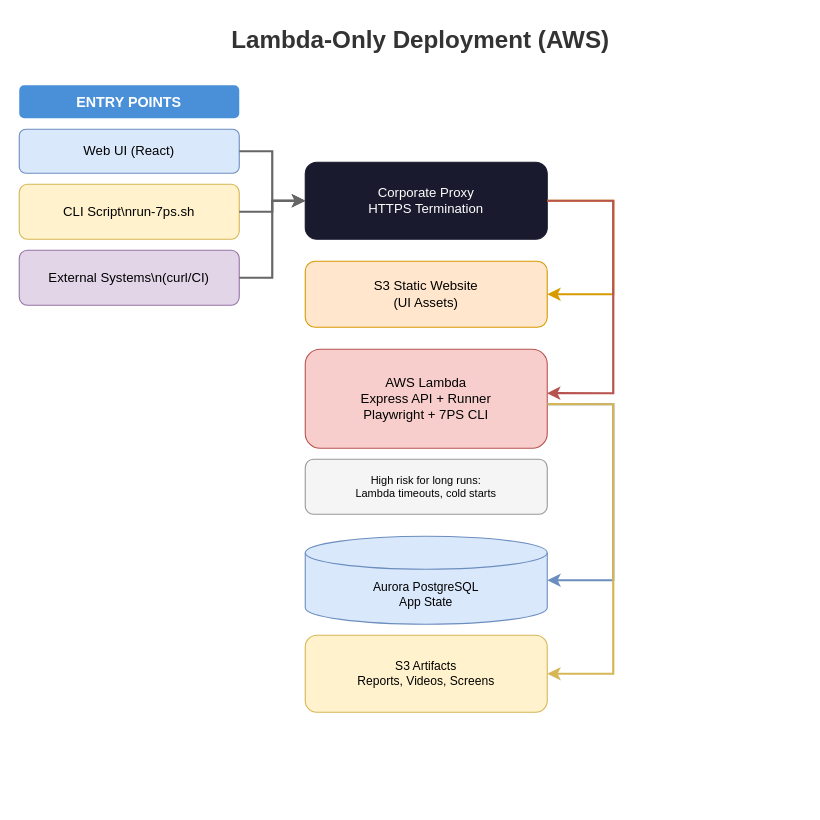
Above: docs/hybrid-architecture.drawio in griiettner/ddt-cms (draw.io), before the change. Source tidied: cells renumbered, new cells numbered last; positions are measured from the earlier drawing's top-left corner, leaving out a move shared by most shapes. Both pictures are drawn from the tidied source at 110%, with x=0, y=0 at pixel (19, 19).
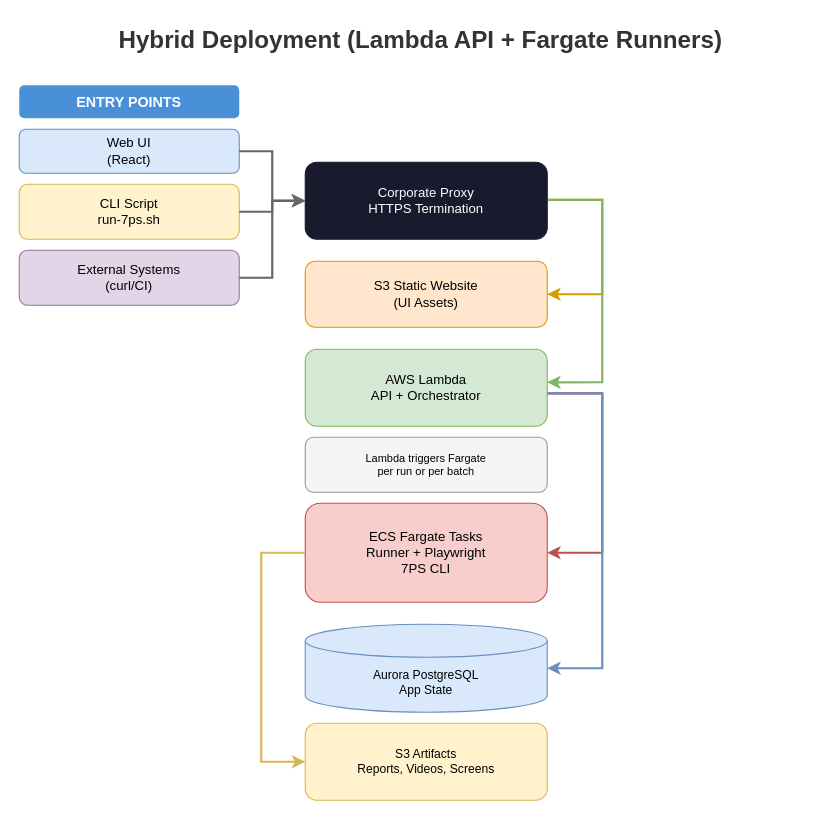
After the change.

The change refers to these unchanged cells:
```xml
<mxCell id="7" value="Corporate Proxy&lt;div&gt;HTTPS Termination&lt;/div&gt;" style="rounded=1;whiteSpace=wrap;html=1;fillColor=#1A1A2E;strokeColor=#1A1A2E;fontSize=12;fontColor=#FFFFFF;" parent="1" vertex="1">
  <mxGeometry x="260" y="130" width="220" height="70" as="geometry" />
</mxCell>
<mxCell id="8" value="S3 Static Website&lt;div&gt;(UI Assets)&lt;/div&gt;" style="rounded=1;whiteSpace=wrap;html=1;fillColor=#FFE6CC;strokeColor=#D79B00;fontSize=12;" parent="1" vertex="1">
  <mxGeometry x="260" y="220" width="220" height="60" as="geometry" />
</mxCell>
```

Change to the diagram source:
```diff
@@
-    <mxCell id="2" value="Lambda-Only Deployment (AWS)" style="text;html=1;strokeColor=none;fillColor=none;align=center;verticalAlign=middle;whiteSpace=wrap;rounded=0;fontSize=22;fontStyle=1;fontColor=#333333;" parent="1" vertex="1">
-      <mxGeometry x="40" width="650" height="40" as="geometry" />
-    </mxCell>
+    <mxCell id="20" value="Hybrid Deployment (Lambda API + Fargate Runners)" style="text;html=1;strokeColor=none;fillColor=none;align=center;verticalAlign=middle;whiteSpace=wrap;rounded=0;fontSize=22;fontStyle=1;fontColor=#333333;" parent="1" vertex="1">
+      <mxGeometry x="20" width="690" height="40" as="geometry" />
+    </mxCell>
@@
-    <mxCell id="4" value="Web UI (React)" style="rounded=1;whiteSpace=wrap;html=1;fillColor=#DAE8FC;strokeColor=#6C8EBF;fontSize=12;" parent="1" vertex="1">
+    <mxCell id="4" value="Web UI&lt;div&gt;(React)&lt;/div&gt;" style="rounded=1;whiteSpace=wrap;html=1;fillColor=#DAE8FC;strokeColor=#6C8EBF;fontSize=12;" parent="1" vertex="1">
       <mxGeometry y="100" width="200" height="40" as="geometry" />
     </mxCell>
-    <mxCell id="5" value="CLI Script\nrun-7ps.sh" style="rounded=1;whiteSpace=wrap;html=1;fillColor=#FFF2CC;strokeColor=#D6B656;fontSize=12;" parent="1" vertex="1">
-      <mxGeometry y="150" width="200" height="50" as="geometry" />
-    </mxCell>
-    <mxCell id="6" value="External Systems\n(curl/CI)" style="rounded=1;whiteSpace=wrap;html=1;fillColor=#E1D5E7;strokeColor=#9673A6;fontSize=12;" parent="1" vertex="1">
-      <mxGeometry y="210" width="200" height="50" as="geometry" />
-    </mxCell>
+    <mxCell id="21" value="CLI Script&lt;div&gt;run-7ps.sh&lt;/div&gt;" style="rounded=1;whiteSpace=wrap;html=1;fillColor=#FFF2CC;strokeColor=#D6B656;fontSize=12;" parent="1" vertex="1">
+      <mxGeometry y="150" width="200" height="50" as="geometry" />
+    </mxCell>
+    <mxCell id="22" value="External Systems&lt;div&gt;(curl/CI)&lt;/div&gt;" style="rounded=1;whiteSpace=wrap;html=1;fillColor=#E1D5E7;strokeColor=#9673A6;fontSize=12;" parent="1" vertex="1">
+      <mxGeometry y="210" width="200" height="50" as="geometry" />
+    </mxCell>
@@
-    <mxCell id="9" value="AWS Lambda&lt;div&gt;Express API + Runner&lt;div&gt;Playwright + 7PS CLI&lt;/div&gt;&lt;/div&gt;" style="rounded=1;whiteSpace=wrap;html=1;fillColor=#F8CECC;strokeColor=#B85450;fontSize=12;" parent="1" vertex="1">
-      <mxGeometry x="260" y="300" width="220" height="90" as="geometry" />
-    </mxCell>
-    <mxCell id="10" value="High risk for long runs:&lt;div&gt;Lambda timeouts, cold starts&lt;/div&gt;" style="rounded=1;whiteSpace=wrap;html=1;fillColor=#F5F5F5;strokeColor=#999999;fontSize=10;" parent="1" vertex="1">
-      <mxGeometry x="260" y="400" width="220" height="50" as="geometry" />
-    </mxCell>
+    <mxCell id="23" value="AWS Lambda&lt;div&gt;API + Orchestrator&lt;/div&gt;" style="rounded=1;whiteSpace=wrap;html=1;fillColor=#D5E8D4;strokeColor=#82B366;fontSize=12;" parent="1" vertex="1">
+      <mxGeometry x="260" y="300" width="220" height="70" as="geometry" />
+    </mxCell>
+    <mxCell id="24" value="Lambda triggers Fargate&lt;div&gt;per run or per batch&lt;/div&gt;" style="rounded=1;whiteSpace=wrap;html=1;fillColor=#F5F5F5;strokeColor=#999999;fontSize=10;" parent="1" vertex="1">
+      <mxGeometry x="260" y="380" width="220" height="50" as="geometry" />
+    </mxCell>
+    <mxCell id="25" value="ECS Fargate Tasks&lt;div&gt;Runner + Playwright&lt;div&gt;7PS CLI&lt;/div&gt;&lt;/div&gt;" style="rounded=1;whiteSpace=wrap;html=1;fillColor=#F8CECC;strokeColor=#B85450;fontSize=12;" parent="1" vertex="1">
+      <mxGeometry x="260" y="440" width="220" height="90" as="geometry" />
+    </mxCell>
     <mxCell id="11" value="Aurora PostgreSQL&lt;div&gt;App State&lt;/div&gt;" style="shape=cylinder3;whiteSpace=wrap;html=1;boundedLbl=1;backgroundOutline=1;size=15;fillColor=#DAE8FC;strokeColor=#6C8EBF;fontSize=11;align=center;" parent="1" vertex="1">
-      <mxGeometry x="260" y="470" width="220" height="80" as="geometry" />
+      <mxGeometry x="260" y="550" width="220" height="80" as="geometry" />
     </mxCell>
     <mxCell id="12" value="S3 Artifacts&lt;div&gt;Reports, Videos, Screens&lt;/div&gt;" style="rounded=1;whiteSpace=wrap;html=1;fillColor=#FFF2CC;strokeColor=#D6B656;fontSize=11;" parent="1" vertex="1">
-      <mxGeometry x="260" y="560" width="220" height="70" as="geometry" />
+      <mxGeometry x="260" y="640" width="220" height="70" as="geometry" />
     </mxCell>
@@
-    <mxCell id="14" style="edgeStyle=orthogonalEdgeStyle;rounded=0;jettySize=auto;html=1;strokeWidth=2;strokeColor=#666666;" parent="1" edge="1" source="5" target="7">
-      <mxGeometry relative="1" as="geometry" />
-    </mxCell>
-    <mxCell id="15" style="edgeStyle=orthogonalEdgeStyle;rounded=0;jettySize=auto;html=1;strokeWidth=2;strokeColor=#666666;" parent="1" edge="1" source="6" target="7">
-      <mxGeometry relative="1" as="geometry">
-        <Array as="points">
-          <mxPoint x="230" y="235" />
-          <mxPoint x="230" y="165" />
-        </Array>
-      </mxGeometry>
-    </mxCell>
+    <mxCell id="26" style="edgeStyle=orthogonalEdgeStyle;rounded=0;jettySize=auto;html=1;strokeWidth=2;strokeColor=#666666;" parent="1" edge="1" source="21" target="7">
+      <mxGeometry relative="1" as="geometry" />
+    </mxCell>
-    <mxCell id="16" style="edgeStyle=orthogonalEdgeStyle;rounded=0;jettySize=auto;html=1;strokeWidth=2;strokeColor=#D79B00;exitX=1;exitY=0.5;exitDx=0;exitDy=0;entryX=1;entryY=0.5;entryDx=0;entryDy=0;" parent="1" edge="1" source="7" target="8">
+    <mxCell id="16" style="edgeStyle=orthogonalEdgeStyle;rounded=0;jettySize=auto;html=1;strokeWidth=2;strokeColor=#D79B00;exitX=1.004;exitY=0.488;exitDx=0;exitDy=0;exitPerimeter=0;entryX=1;entryY=0.5;entryDx=0;entryDy=0;" parent="1" edge="1" source="7" target="8">
       <mxGeometry relative="1" as="geometry">
         <Array as="points">
-          <mxPoint x="540" y="165" />
-          <mxPoint x="540" y="250" />
+          <mxPoint x="530" y="164" />
+          <mxPoint x="530" y="250" />
         </Array>
       </mxGeometry>
     </mxCell>
-    <mxCell id="17" style="edgeStyle=orthogonalEdgeStyle;rounded=0;jettySize=auto;html=1;strokeWidth=2;strokeColor=#B85450;exitX=1;exitY=0.5;exitDx=0;exitDy=0;entryX=0.999;entryY=0.444;entryDx=0;entryDy=0;entryPerimeter=0;" parent="1" edge="1" source="7" target="9">
-      <mxGeometry relative="1" as="geometry">
-        <Array as="points">
-          <mxPoint x="540" y="165" />
-          <mxPoint x="540" y="340" />
-        </Array>
-      </mxGeometry>
-    </mxCell>
-    <mxCell id="18" style="edgeStyle=orthogonalEdgeStyle;rounded=0;jettySize=auto;html=1;strokeWidth=2;strokeColor=#6C8EBF;entryX=1;entryY=0.5;entryDx=0;entryDy=0;entryPerimeter=0;" parent="1" edge="1" target="11">
-      <mxGeometry relative="1" as="geometry">
-        <mxPoint x="480" y="350" as="sourcePoint" />
-        <Array as="points">
-          <mxPoint x="540" y="350" />
-          <mxPoint x="540" y="510" />
-        </Array>
-      </mxGeometry>
-    </mxCell>
-    <mxCell id="19" style="edgeStyle=orthogonalEdgeStyle;rounded=0;jettySize=auto;html=1;strokeWidth=2;strokeColor=#D6B656;entryX=1;entryY=0.5;entryDx=0;entryDy=0;exitX=1.001;exitY=0.555;exitDx=0;exitDy=0;exitPerimeter=0;" parent="1" edge="1" source="9" target="12">
-      <mxGeometry relative="1" as="geometry">
-        <Array as="points">
-          <mxPoint x="540" y="350" />
-          <mxPoint x="540" y="595" />
-        </Array>
-      </mxGeometry>
-    </mxCell>
+    <mxCell id="27" style="edgeStyle=orthogonalEdgeStyle;rounded=0;jettySize=auto;html=1;strokeWidth=2;strokeColor=#82B366;exitX=1.003;exitY=0.488;exitDx=0;exitDy=0;exitPerimeter=0;entryX=1;entryY=0.429;entryDx=0;entryDy=0;entryPerimeter=0;" parent="1" edge="1" source="7" target="23">
+      <mxGeometry relative="1" as="geometry">
+        <Array as="points">
+          <mxPoint x="530" y="164" />
+          <mxPoint x="530" y="330" />
+        </Array>
+      </mxGeometry>
+    </mxCell>
+    <mxCell id="28" style="edgeStyle=orthogonalEdgeStyle;rounded=0;jettySize=auto;html=1;strokeWidth=2;strokeColor=#B85450;exitX=1.002;exitY=0.572;exitDx=0;exitDy=0;exitPerimeter=0;entryX=1;entryY=0.5;entryDx=0;entryDy=0;" parent="1" edge="1" source="23" target="25">
+      <mxGeometry relative="1" as="geometry">
+        <Array as="points">
+          <mxPoint x="530" y="340" />
+          <mxPoint x="530" y="485" />
+        </Array>
+      </mxGeometry>
+    </mxCell>
+    <mxCell id="29" style="edgeStyle=orthogonalEdgeStyle;rounded=0;jettySize=auto;html=1;strokeWidth=2;strokeColor=#6C8EBF;exitX=1.002;exitY=0.572;exitDx=0;exitDy=0;exitPerimeter=0;entryX=1;entryY=0.5;entryDx=0;entryDy=0;entryPerimeter=0;" parent="1" edge="1" source="23" target="11">
+      <mxGeometry relative="1" as="geometry">
+        <Array as="points">
+          <mxPoint x="530" y="340" />
+          <mxPoint x="530" y="590" />
+        </Array>
+      </mxGeometry>
+    </mxCell>
+    <mxCell id="30" style="edgeStyle=orthogonalEdgeStyle;rounded=0;jettySize=auto;html=1;strokeWidth=2;strokeColor=#D6B656;exitX=0;exitY=0.5;exitDx=0;exitDy=0;entryX=0;entryY=0.5;entryDx=0;entryDy=0;" parent="1" edge="1" source="25" target="12">
+      <mxGeometry relative="1" as="geometry">
+        <Array as="points">
+          <mxPoint x="220" y="485" />
+          <mxPoint x="220" y="675" />
+        </Array>
+      </mxGeometry>
+    </mxCell>
+    <mxCell id="31" style="edgeStyle=orthogonalEdgeStyle;rounded=0;jettySize=auto;html=1;strokeWidth=2;strokeColor=#666666;exitX=1;exitY=0.5;exitDx=0;exitDy=0;entryX=0;entryY=0.5;entryDx=0;entryDy=0;" parent="1" edge="1" source="22" target="7">
+      <mxGeometry relative="1" as="geometry">
+        <Array as="points">
+          <mxPoint x="230" y="235" />
+          <mxPoint x="230" y="165" />
+        </Array>
+      </mxGeometry>
+    </mxCell>
```
